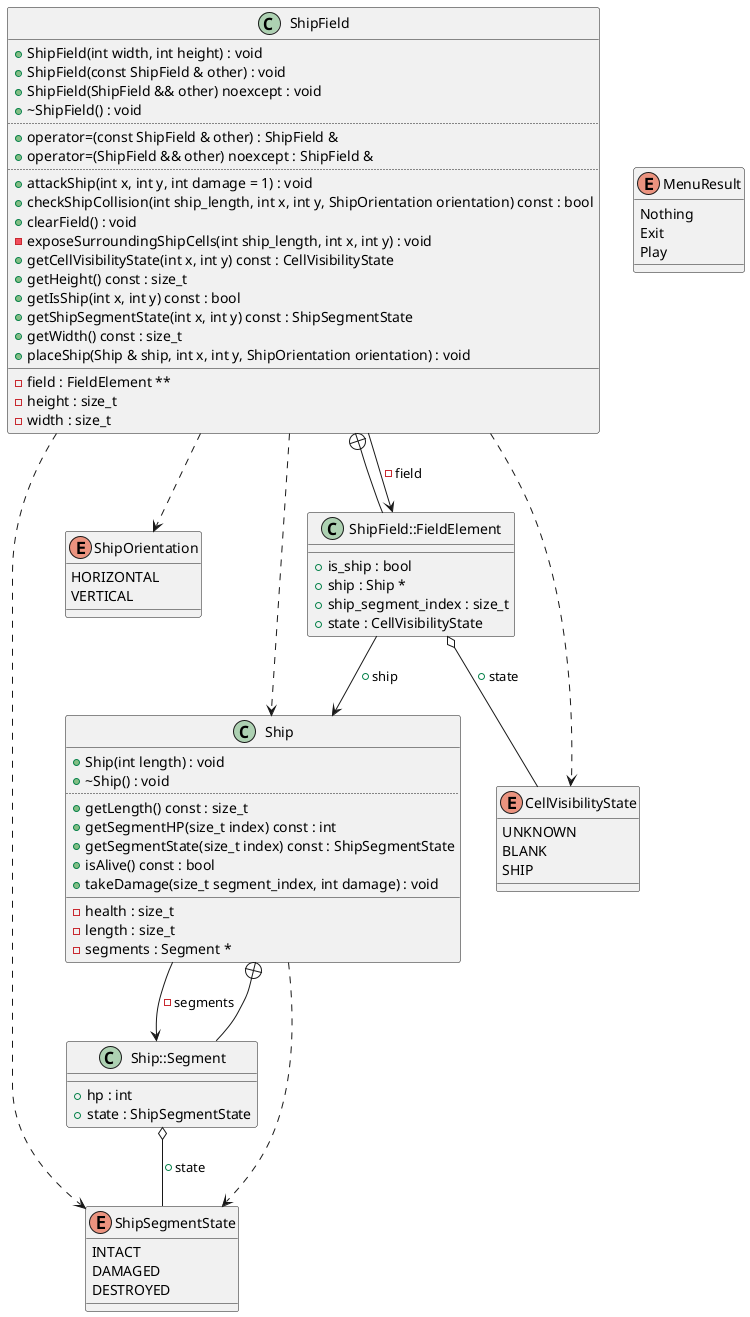
Above: diagrams/ShipField.png in Rennelv/ships (PlantUML), before the change. Source of this version:
```plantuml
@startuml
enum "ShipSegmentState" as C_0014256742677139282670
enum C_0014256742677139282670 {
INTACT
DAMAGED
DESTROYED
}
enum "ShipOrientation" as C_0002579181642537833876
enum C_0002579181642537833876 {
HORIZONTAL
VERTICAL
}
enum "CellVisibilityState" as C_0003333043679234439357
enum C_0003333043679234439357 {
UNKNOWN
BLANK
SHIP
}
enum "MenuResult" as C_0000336692914646176741
enum C_0000336692914646176741 {
Nothing
Exit
Play
}
class "Ship" as C_0014529657433315016423
class C_0014529657433315016423 {
+Ship(int length) : void
+~Ship() : void
..
+getLength() const : size_t
+getSegmentHP(size_t index) const : int
+getSegmentState(size_t index) const : ShipSegmentState
+isAlive() const : bool
+takeDamage(size_t segment_index, int damage) : void
__
-health : size_t
-length : size_t
-segments : Segment *
}
class "Ship::Segment" as C_0000674658759292391449
class C_0000674658759292391449 {
__
+hp : int
+state : ShipSegmentState
}
class "ShipField" as C_0003843296779074973901
class C_0003843296779074973901 {
+ShipField(int width, int height) : void
+ShipField(const ShipField & other) : void
+ShipField(ShipField && other) noexcept : void
+~ShipField() : void
..
+operator=(const ShipField & other) : ShipField &
+operator=(ShipField && other) noexcept : ShipField &
..
+attackShip(int x, int y, int damage = 1) : void
+checkShipCollision(int ship_length, int x, int y, ShipOrientation orientation) const : bool
+clearField() : void
-exposeSurroundingShipCells(int ship_length, int x, int y) : void
+getCellVisibilityState(int x, int y) const : CellVisibilityState
+getHeight() const : size_t
+getIsShip(int x, int y) const : bool
+getShipSegmentState(int x, int y) const : ShipSegmentState
+getWidth() const : size_t
+placeShip(Ship & ship, int x, int y, ShipOrientation orientation) : void
__
-field : FieldElement **
-height : size_t
-width : size_t
}
class "ShipField::FieldElement" as C_0000316359785794417378
class C_0000316359785794417378 {
__
+is_ship : bool
+ship : Ship *
+ship_segment_index : size_t
+state : CellVisibilityState
}
C_0014529657433315016423 ..> C_0014256742677139282670
C_0014529657433315016423 --> C_0000674658759292391449 : -segments
C_0000674658759292391449 --+ C_0014529657433315016423
C_0000674658759292391449 o-- C_0014256742677139282670 : +state
C_0003843296779074973901 ..> C_0002579181642537833876
C_0003843296779074973901 ..> C_0003333043679234439357
C_0003843296779074973901 ..> C_0014256742677139282670
C_0003843296779074973901 ..> C_0014529657433315016423
C_0003843296779074973901 --> C_0000316359785794417378 : -field
C_0000316359785794417378 --+ C_0003843296779074973901
C_0000316359785794417378 o-- C_0003333043679234439357 : +state
C_0000316359785794417378 --> C_0014529657433315016423 : +ship

@enduml
```
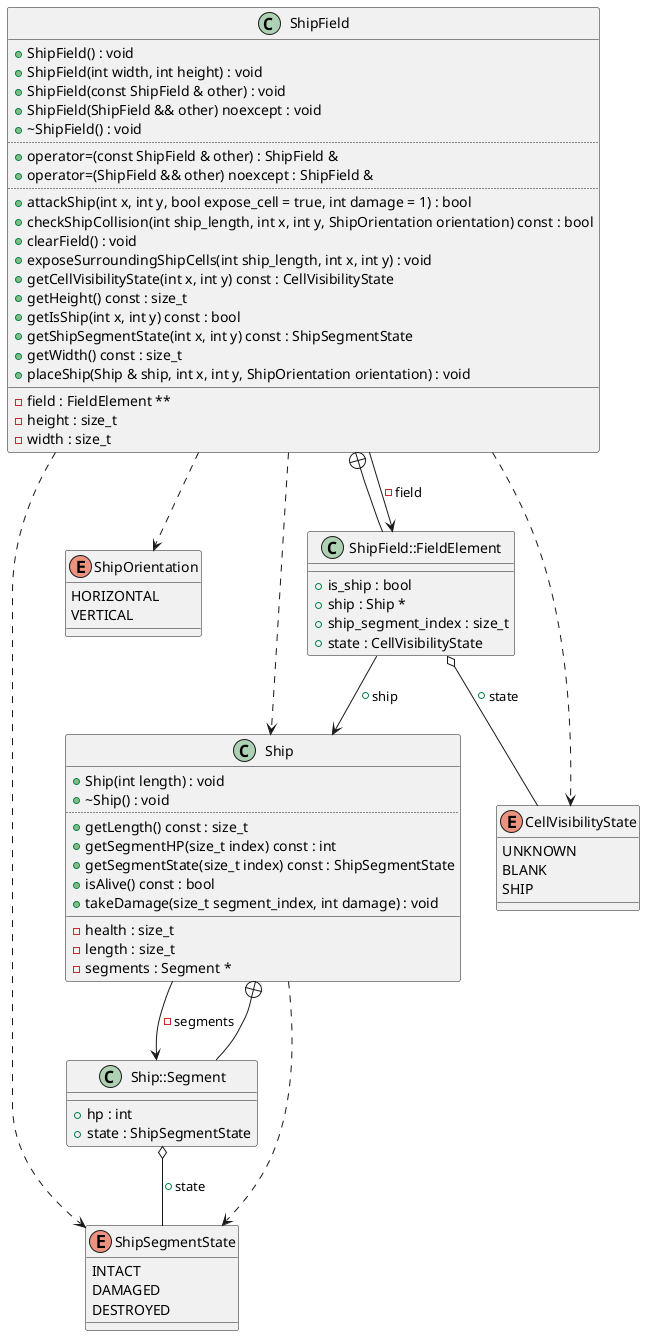
The same file after the commit.

What changed in the source:
```diff
@@ -15,12 +15,6 @@
 UNKNOWN
 BLANK
 SHIP
-}
-enum "MenuResult" as C_0000336692914646176741
-enum C_0000336692914646176741 {
-Nothing
-Exit
-Play
 }
 class "Ship" as C_0014529657433315016423
 class C_0014529657433315016423 {
@@ -45,6 +39,7 @@
 }
 class "ShipField" as C_0003843296779074973901
 class C_0003843296779074973901 {
++ShipField() : void
 +ShipField(int width, int height) : void
 +ShipField(const ShipField & other) : void
 +ShipField(ShipField && other) noexcept : void
@@ -53,10 +48,10 @@
 +operator=(const ShipField & other) : ShipField &
 +operator=(ShipField && other) noexcept : ShipField &
 ..
-+attackShip(int x, int y, int damage = 1) : void
++attackShip(int x, int y, bool expose_cell = true, int damage = 1) : bool
 +checkShipCollision(int ship_length, int x, int y, ShipOrientation orientation) const : bool
 +clearField() : void
--exposeSurroundingShipCells(int ship_length, int x, int y) : void
++exposeSurroundingShipCells(int ship_length, int x, int y) : void
 +getCellVisibilityState(int x, int y) const : CellVisibilityState
 +getHeight() const : size_t
 +getIsShip(int x, int y) const : bool
```
